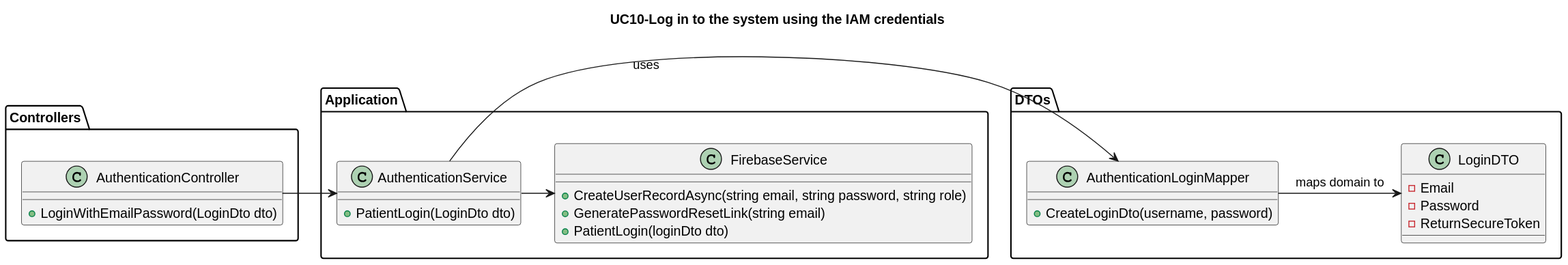
This is Wiki/SprintA/diagrams/use-cases/10-log-in-to-the-system-using-the-IAM-credentials/class-diagram.svg from MiguelCardoso77/SurgicalSync-BackEnd, a PlantUML export, as it was before one commit.
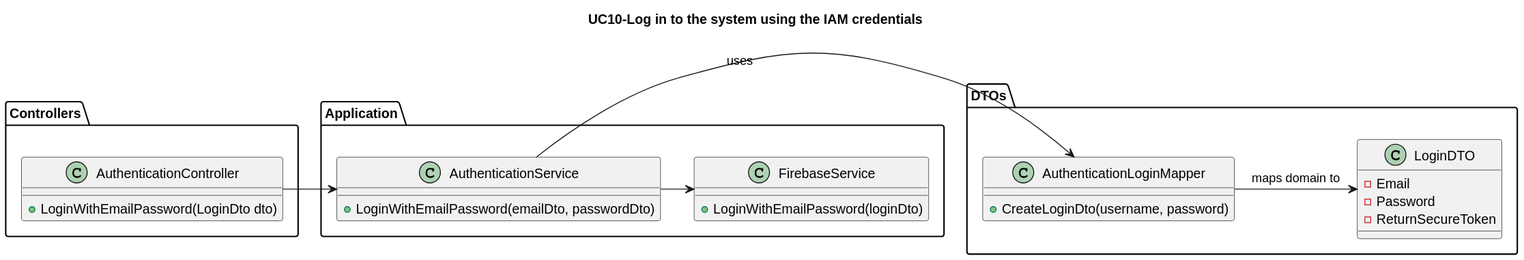
Later version of the same file.

Change to the diagram source:
```diff
@@ -3,13 +3,11 @@
 
 package "Application"{
     class FirebaseService {
-        + CreateUserRecordAsync(string email, string password, string role)
-        + GeneratePasswordResetLink(string email)
-        + PatientLogin(loginDto dto)
+        + LoginWithEmailPassword(loginDto)
     }
 
     class AuthenticationService {
-        + PatientLogin(LoginDto dto)
+        + LoginWithEmailPassword(emailDto, passwordDto)
     }
 
 }
```
